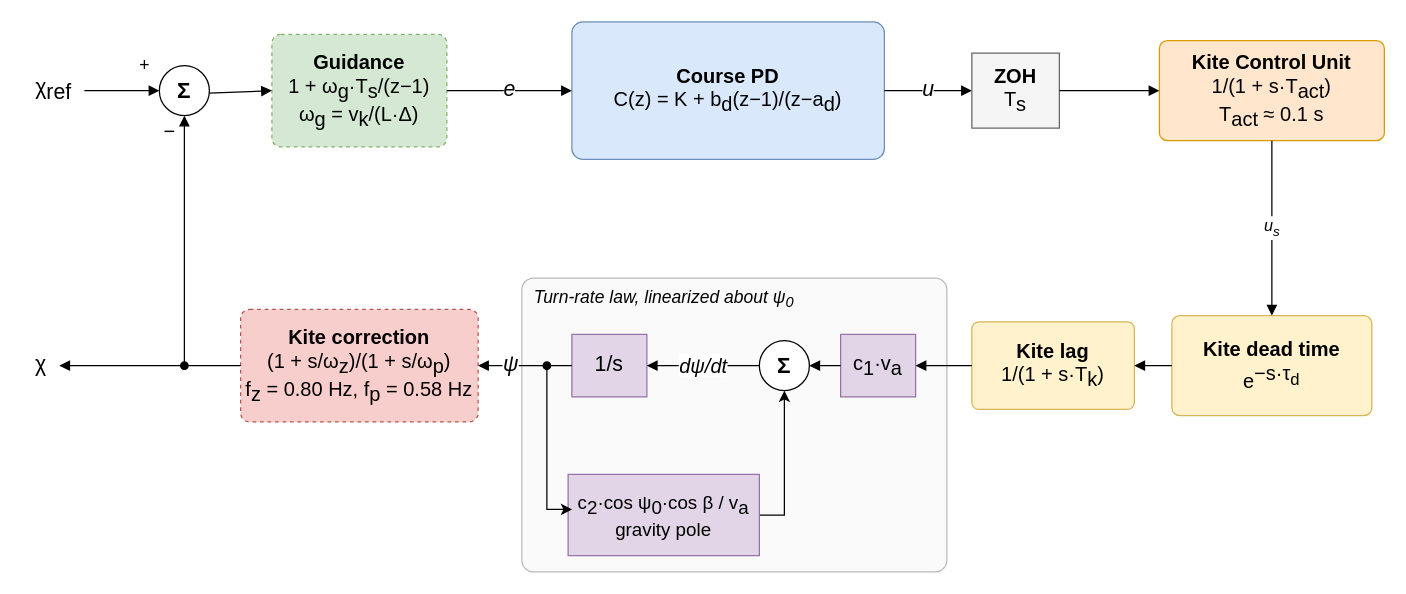
The draw.io diagram docs/course_loop_model.drawio in OpenSourceAWE/SimpleKiteControllers.jl, before the edit. Source tidied: cells renumbered, new cells numbered last; positions are measured from the earlier drawing's top-left corner, leaving out a move shared by most shapes. Both pictures are drawn from the tidied source at 125%, with x=0, y=0 at pixel (21, 21).
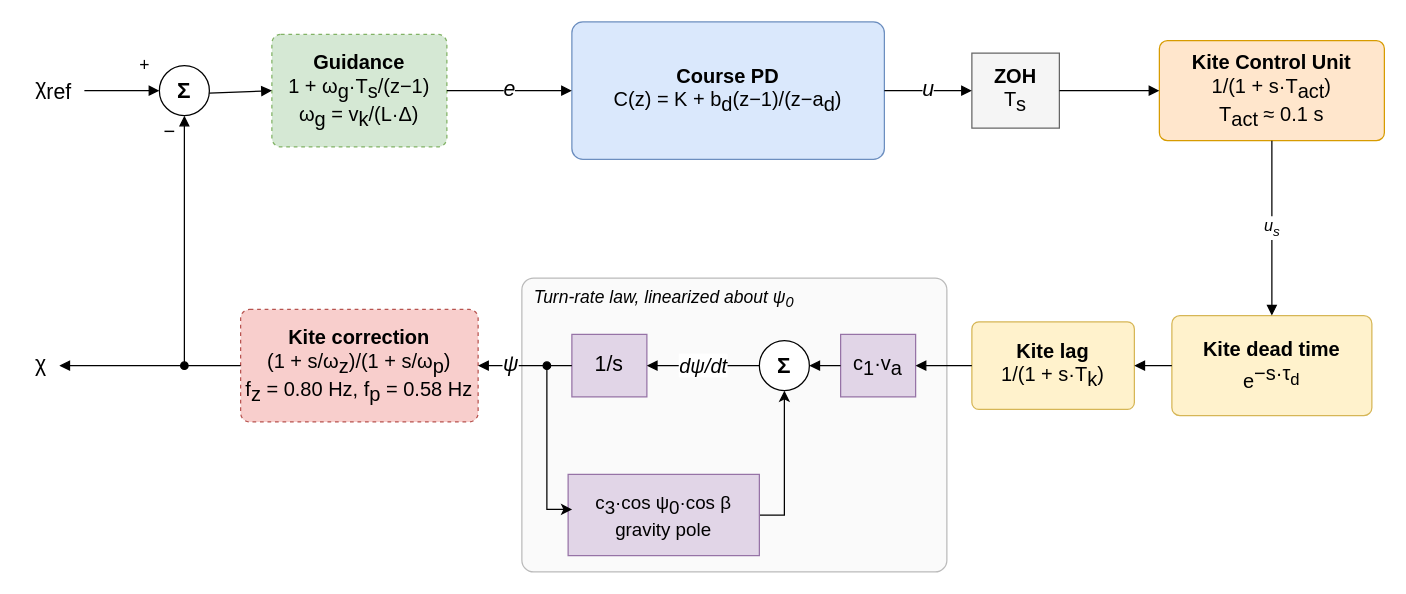
The same diagram, later.

Commit message:
Use the identified gravity term c3 in the course loop model diagram

The gravity pole reads c3·cos ψ0·cos β instead of c2·cos ψ0·cos β / v_a,
matching C3 in course_loop_model.jl.

The edit, as a diff of the source:
```diff
@@
-    <mxCell id="17" value="c&lt;sub style=&quot;font-size: 15px;&quot;&gt;2&lt;/sub&gt;·cos ψ&lt;sub style=&quot;font-size: 15px;&quot;&gt;0&lt;/sub&gt;·cos β / v&lt;sub style=&quot;font-size: 15px;&quot;&gt;a&lt;/sub&gt;&lt;br style=&quot;font-size: 15px;&quot;&gt;&lt;font style=&quot;font-size: 15px;&quot;&gt;gravity pole&lt;/font&gt;" style="rounded=0;whiteSpace=wrap;html=1;fillColor=#e1d5e7;strokeColor=#9673a6;fontSize=15;" parent="1" vertex="1">
+    <mxCell id="17" value="c&lt;sub style=&quot;font-size: 15px;&quot;&gt;3&lt;/sub&gt;·cos ψ&lt;sub style=&quot;font-size: 15px;&quot;&gt;0&lt;/sub&gt;·cos β&lt;br style=&quot;font-size: 15px;&quot;&gt;&lt;font style=&quot;font-size: 15px;&quot;&gt;gravity pole&lt;/font&gt;" style="rounded=0;whiteSpace=wrap;html=1;fillColor=#e1d5e7;strokeColor=#9673a6;fontSize=15;" parent="1" vertex="1">
       <mxGeometry x="437" y="362" width="153" height="65" as="geometry" />
     </mxCell>
```
